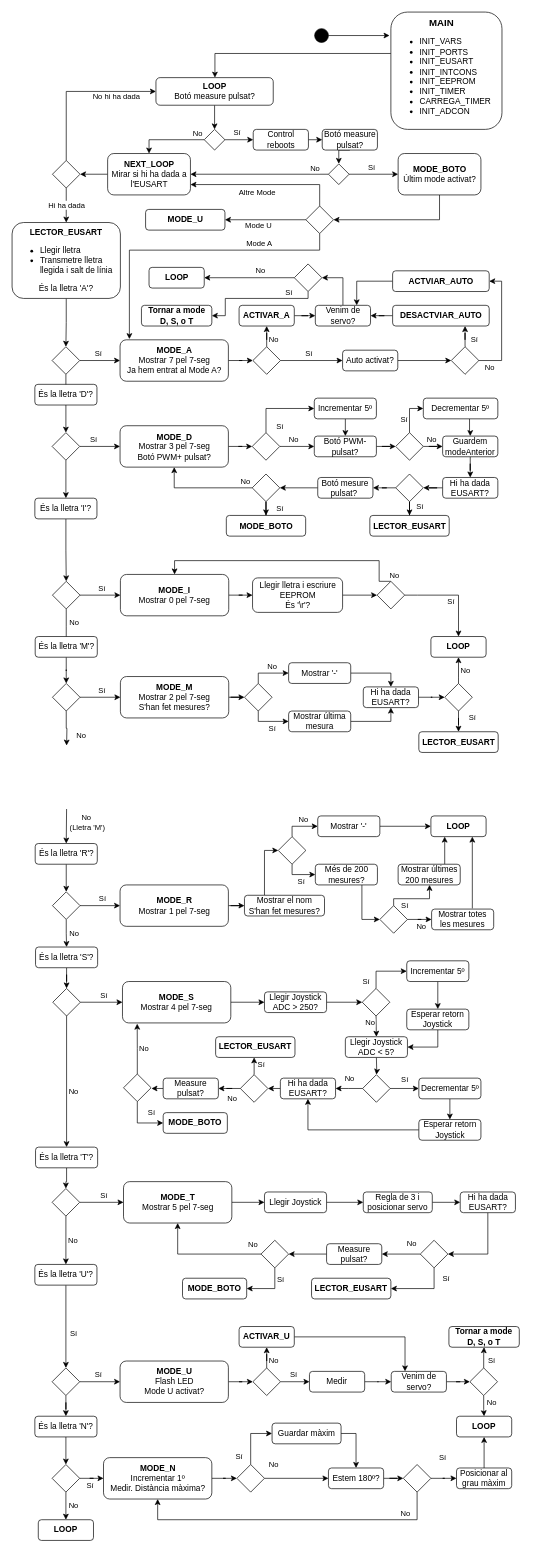
Above: DiagramaSoftware.drawio in mvalsells/LS-SDM-P2-SONO (draw.io), before the change. Source tidied: cells renumbered, new cells numbered last; positions are measured from the earlier drawing's top-left corner, leaving out a move shared by most shapes. Both pictures are drawn from the tidied source at 69%, with x=0, y=0 at pixel (12, 12).
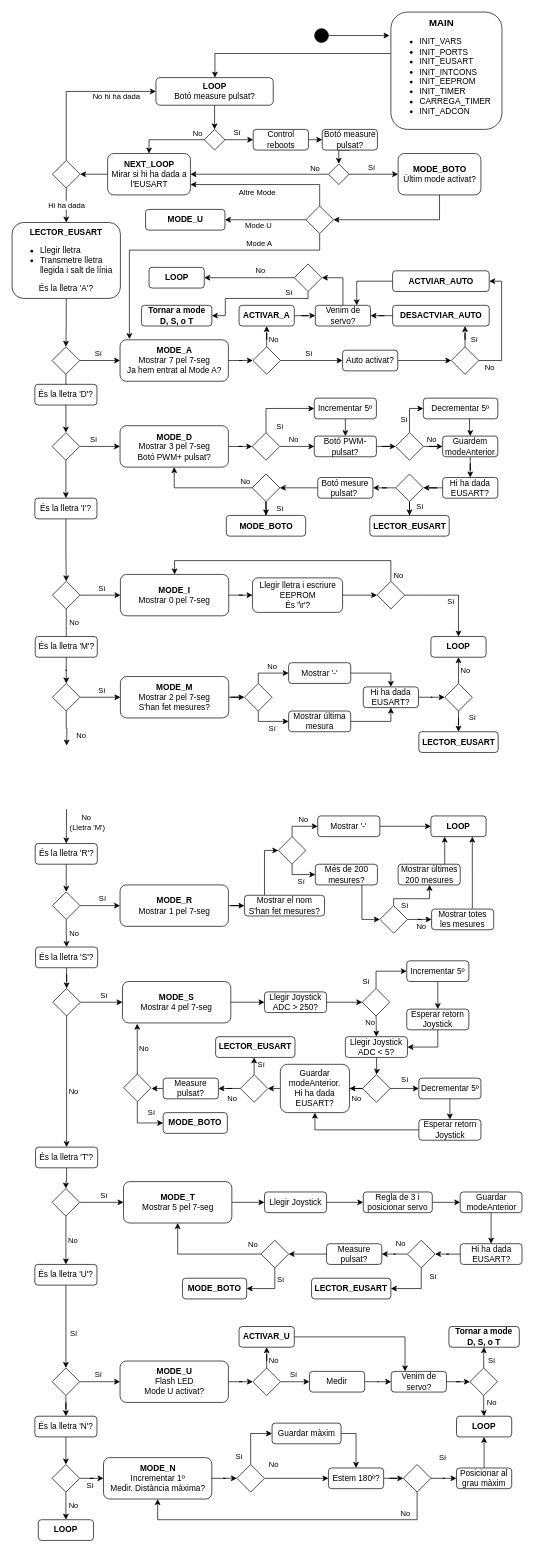
The same page after the edit.

Commit message (it also covers changes not shown here):
Detalls diagrama de software

The change refers to these unchanged cells:
```xml
<mxCell id="96" value="&lt;b&gt;MODE_I&lt;/b&gt;&lt;br&gt;&lt;span style=&quot;text-align: left&quot;&gt;Mostrar 0 pel 7-seg&lt;/span&gt;" style="rounded=1;whiteSpace=wrap;html=1;fillColor=#FFFFFF;" parent="1" vertex="1">
  <mxGeometry x="157" y="815" width="157" height="60" as="geometry" />
</mxCell>
<mxCell id="102" style="rhombus;whiteSpace=wrap;html=1;" parent="1" vertex="1">
  <mxGeometry x="529" y="825" width="40" height="40" as="geometry" />
</mxCell>
<mxCell id="204" value="Regla de 3 i posicionar servo" style="rounded=1;whiteSpace=wrap;html=1;fillColor=#FFFFFF;" parent="1" vertex="1">
  <mxGeometry x="509" y="1710" width="100" height="30" as="geometry" />
</mxCell>
<mxCell id="217" value="&lt;b&gt;LECTOR_EUSART&lt;/b&gt;" style="rounded=1;whiteSpace=wrap;html=1;fillColor=#FFFFFF;" parent="1" vertex="1">
  <mxGeometry x="434" y="1835" width="115" height="30" as="geometry" />
</mxCell>
```

Change to the diagram source:
```diff
@@
     <mxCell id="99" style="edgeStyle=orthogonalEdgeStyle;rounded=0;jettySize=auto;html=1;exitX=0.5;exitY=0;exitDx=0;exitDy=0;entryX=0.5;entryY=0;entryDx=0;entryDy=0;" parent="1" edge="1" source="102" target="96">
       <mxGeometry relative="1" as="geometry">
         <Array as="points">
-          <mxPoint x="532" y="795" />
+          <mxPoint x="549" y="795" />
           <mxPoint x="236" y="795" />
         </Array>
       </mxGeometry>
     </mxCell>
     <mxCell id="100" value="No" style="edgeLabel;html=1;align=center;verticalAlign=middle;" parent="99" vertex="1">
       <mxGeometry x="0.49" y="-4" relative="1" as="geometry">
-        <mxPoint x="245.5" y="24" as="offset" />
+        <mxPoint x="251.9" y="24" as="offset" />
       </mxGeometry>
     </mxCell>
@@
-    <mxCell id="183" value="Hi ha dada EUSART?" style="rounded=1;whiteSpace=wrap;html=1;fillColor=#FFFFFF;" parent="1" vertex="1">
-      <mxGeometry x="388.8" y="1545" width="80" height="30" as="geometry" />
+    <mxCell id="183" value="Guardar modeAnterior.&lt;br&gt;Hi ha dada EUSART?" style="rounded=1;whiteSpace=wrap;html=1;fillColor=#FFFFFF;" parent="1" vertex="1">
+      <mxGeometry x="388.8" y="1525" width="100.2" height="70" as="geometry" />
     </mxCell>
@@
-    <mxCell id="203" style="edgeStyle=orthogonalEdgeStyle;rounded=0;jettySize=auto;html=1;" parent="1" edge="1" source="204" target="206">
+    <mxCell id="203" style="edgeStyle=orthogonalEdgeStyle;rounded=0;jettySize=auto;html=1;entryX=0;entryY=0.5;entryDx=0;entryDy=0;" parent="1" edge="1" source="204" target="206">
       <mxGeometry relative="1" as="geometry" />
     </mxCell>
@@
-    <mxCell id="205" style="edgeStyle=orthogonalEdgeStyle;rounded=0;jettySize=auto;html=1;exitX=0.5;exitY=1;exitDx=0;exitDy=0;entryX=1;entryY=0.5;entryDx=0;entryDy=0;" parent="1" edge="1" source="206" target="209">
-      <mxGeometry relative="1" as="geometry" />
-    </mxCell>
+    <mxCell id="260" style="edgeStyle=orthogonalEdgeStyle;rounded=0;jettySize=auto;html=1;" parent="1" edge="1" source="206" target="262">
+      <mxGeometry relative="1" as="geometry" />
+    </mxCell>
-    <mxCell id="206" value="Hi ha dada EUSART?" style="rounded=1;whiteSpace=wrap;html=1;fillColor=#FFFFFF;" parent="1" vertex="1">
-      <mxGeometry x="649.5" y="1710" width="80" height="30" as="geometry" />
+    <mxCell id="206" value="Guardar modeAnterior" style="rounded=1;whiteSpace=wrap;html=1;fillColor=#FFFFFF;" parent="1" vertex="1">
+      <mxGeometry x="649.5" y="1710" width="89.5" height="30" as="geometry" />
     </mxCell>
@@
     <mxCell id="208" value="Sí" style="edgeStyle=orthogonalEdgeStyle;rounded=0;jettySize=auto;html=1;exitX=0.5;exitY=1;exitDx=0;exitDy=0;entryX=1;entryY=0.5;entryDx=0;entryDy=0;" parent="1" edge="1" source="209" target="217">
       <mxGeometry x="-0.68" y="17" relative="1" as="geometry">
         <Array as="points">
-          <mxPoint x="612" y="1850" />
+          <mxPoint x="593" y="1850" />
         </Array>
       </mxGeometry>
     </mxCell>
     <mxCell id="209" style="rhombus;whiteSpace=wrap;html=1;" parent="1" vertex="1">
-      <mxGeometry x="591.6" y="1780" width="40" height="40" as="geometry" />
+      <mxGeometry x="573" y="1780" width="40" height="40" as="geometry" />
     </mxCell>
@@
+    <mxCell id="261" style="edgeStyle=orthogonalEdgeStyle;rounded=0;jettySize=auto;html=1;" parent="1" edge="1" source="262" target="209">
+      <mxGeometry relative="1" as="geometry" />
+    </mxCell>
+    <mxCell id="262" value="Hi ha dada EUSART?" style="rounded=1;whiteSpace=wrap;html=1;fillColor=#FFFFFF;" parent="1" vertex="1">
+      <mxGeometry x="649.5" y="1785" width="89.5" height="30" as="geometry" />
+    </mxCell>
```
